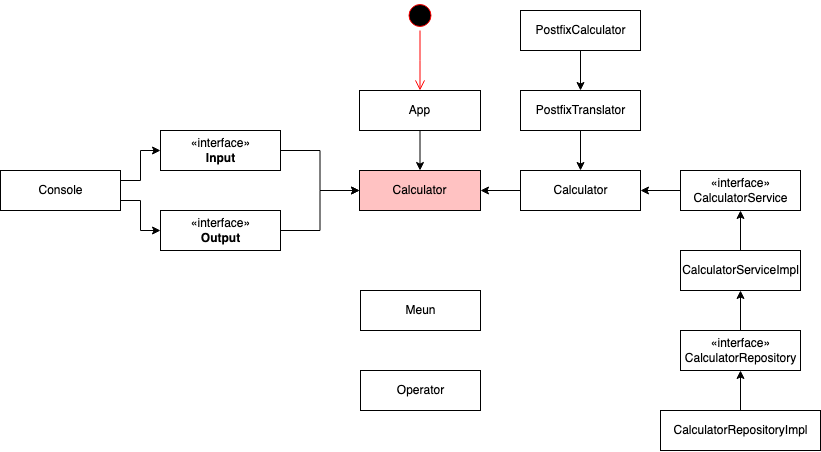
Before: UML.png, a diagram exported from draw.io (prgrms-be-devcourse/java-calculator). Source tidied: cells renumbered, new cells last; positions are measured from the earlier drawing's top-left corner, leaving out a move shared by most shapes.
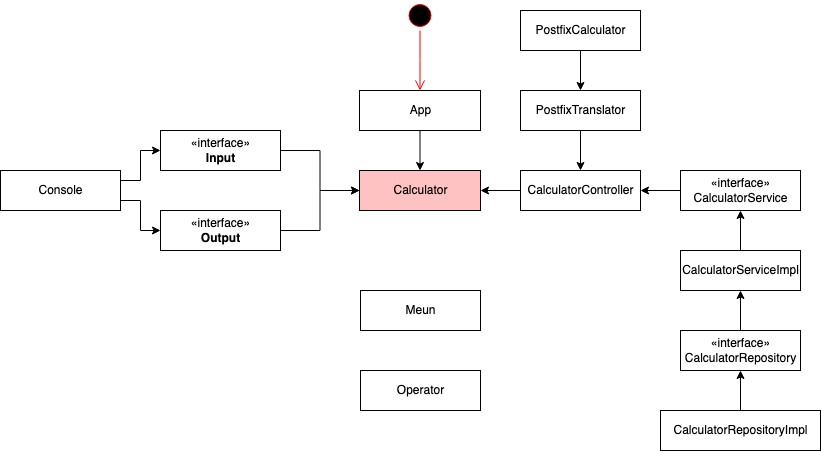
Later version of the same file.

Commit message:
리드미를 수정하라

The edit, as a diff of the source:
```diff
@@ -26,7 +26,7 @@
     <mxCell id="7" style="edgeStyle=orthogonalEdgeStyle;rounded=0;jettySize=auto;html=1;exitX=0;exitY=0.5;exitDx=0;exitDy=0;entryX=1;entryY=0.5;entryDx=0;entryDy=0;" parent="1" edge="1" source="8" target="6">
       <mxGeometry relative="1" as="geometry" />
     </mxCell>
-    <mxCell id="8" value="Calculator" style="html=1;" parent="1" vertex="1">
+    <mxCell id="8" value="CalculatorController" style="html=1;" parent="1" vertex="1">
       <mxGeometry x="520" y="170" width="120" height="40" as="geometry" />
     </mxCell>
     <mxCell id="9" style="edgeStyle=orthogonalEdgeStyle;rounded=0;orthogonalLoop=1;jettySize=auto;html=1;exitX=0.5;exitY=1;exitDx=0;exitDy=0;" parent="1" edge="1" source="8" target="8">
```
